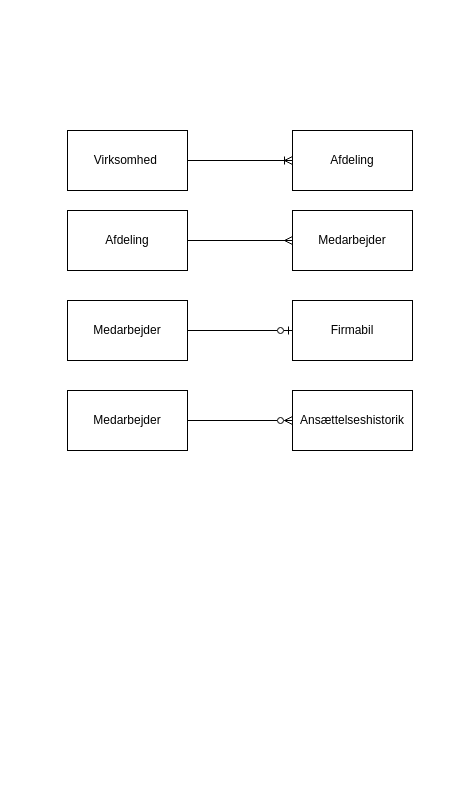
This is ER-modelleringsopgaver.drawio from Driconaari/ER-modelleringsopgaver, a draw.io file, before an edit. Source tidied: cells renumbered, new cells numbered last; positions are measured from the earlier drawing's top-left corner, leaving out a move shared by most shapes. Both pictures are drawn from the tidied source at 100%, with x=0, y=0 at pixel (67, 130).
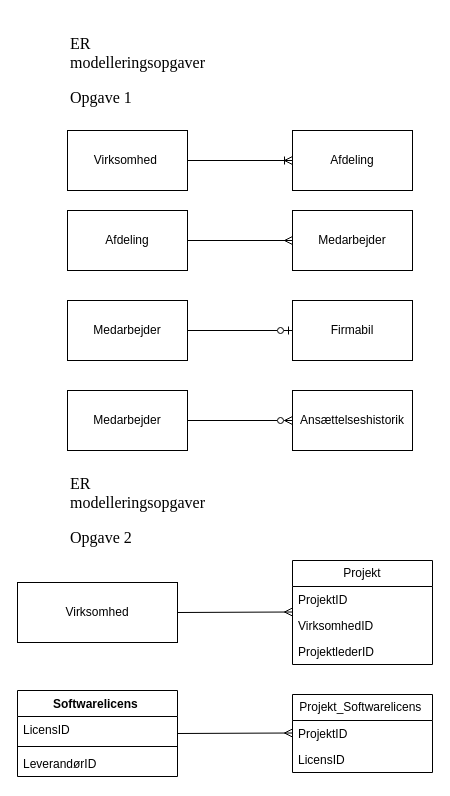
The same diagram, later.

The edit, as a diff of the source:
```diff
@@
+    <mxCell id="14" value="&lt;p style=&quot;font-family: &amp;quot;Times New Roman&amp;quot;; font-size: medium; font-weight: 400; text-align: start; text-wrap: wrap;&quot;&gt;ER modelleringsopgaver&lt;/p&gt;&lt;p style=&quot;font-family: &amp;quot;Times New Roman&amp;quot;; font-size: medium; font-weight: 400; text-align: start; text-wrap: wrap;&quot;&gt;&lt;/p&gt;&lt;p style=&quot;font-family: &amp;quot;Times New Roman&amp;quot;; font-size: medium; font-weight: 400; text-align: start; text-wrap: wrap;&quot;&gt;&lt;/p&gt;&lt;p style=&quot;font-family: &amp;quot;Times New Roman&amp;quot;; font-size: medium; font-weight: 400; text-align: start; text-wrap: wrap;&quot;&gt;Opgave 1&lt;/p&gt;" style="text;strokeColor=none;fillColor=none;html=1;fontSize=24;fontStyle=1;verticalAlign=middle;align=center;" parent="1" vertex="1">
+      <mxGeometry x="-10" y="-100" width="160" height="80" as="geometry" />
+    </mxCell>
+    <mxCell id="15" value="&lt;p style=&quot;font-family: &amp;quot;Times New Roman&amp;quot;; font-size: medium; font-weight: 400; text-align: start; text-wrap: wrap;&quot;&gt;ER modelleringsopgaver&lt;/p&gt;&lt;p style=&quot;font-family: &amp;quot;Times New Roman&amp;quot;; font-size: medium; font-weight: 400; text-align: start; text-wrap: wrap;&quot;&gt;&lt;/p&gt;&lt;p style=&quot;font-family: &amp;quot;Times New Roman&amp;quot;; font-size: medium; font-weight: 400; text-align: start; text-wrap: wrap;&quot;&gt;&lt;/p&gt;&lt;p style=&quot;font-family: &amp;quot;Times New Roman&amp;quot;; font-size: medium; font-weight: 400; text-align: start; text-wrap: wrap;&quot;&gt;Opgave 2&lt;/p&gt;" style="text;strokeColor=none;fillColor=none;html=1;fontSize=24;fontStyle=1;verticalAlign=middle;align=center;" parent="1" vertex="1">
+      <mxGeometry x="-10" y="340" width="160" height="80" as="geometry" />
+    </mxCell>
+    <mxCell id="16" value="Projekt" style="swimlane;fontStyle=0;horizontal=1;startSize=26;fillColor=none;whiteSpace=wrap;html=1;" parent="1" vertex="1">
+      <mxGeometry x="225" y="430" width="140" height="104" as="geometry" />
+    </mxCell>
+    <mxCell id="17" value="ProjektID&amp;nbsp;" style="text;strokeColor=none;fillColor=none;align=left;verticalAlign=top;spacingLeft=4;spacingRight=4;overflow=hidden;whiteSpace=wrap;html=1;" parent="16" vertex="1">
+      <mxGeometry y="26" width="140" height="26" as="geometry" />
+    </mxCell>
+    <mxCell id="18" value="VirksomhedID" style="text;strokeColor=none;fillColor=none;align=left;verticalAlign=top;spacingLeft=4;spacingRight=4;overflow=hidden;whiteSpace=wrap;html=1;" parent="16" vertex="1">
+      <mxGeometry y="52" width="140" height="26" as="geometry" />
+    </mxCell>
+    <mxCell id="19" value="ProjektlederID" style="text;strokeColor=none;fillColor=none;align=left;verticalAlign=top;spacingLeft=4;spacingRight=4;overflow=hidden;whiteSpace=wrap;html=1;" parent="16" vertex="1">
+      <mxGeometry y="78" width="140" height="26" as="geometry" />
+    </mxCell>
+    <mxCell id="20" value="Virksomhed" style="rounded=0;whiteSpace=wrap;html=1;" parent="1" vertex="1">
+      <mxGeometry x="-50" y="452" width="160" height="60" as="geometry" />
+    </mxCell>
+    <mxCell id="21" style="endArrow=ERmany;startArrow=none;endFill=0;startFill=0;html=1;rounded=0;" parent="1" edge="1">
+      <mxGeometry relative="1" as="geometry">
+        <mxPoint x="110" y="482" as="sourcePoint" />
+        <mxPoint x="225" y="481.5" as="targetPoint" />
+      </mxGeometry>
+    </mxCell>
+    <mxCell id="22" value="Softwarelicens&amp;nbsp;" style="swimlane;fontStyle=1;align=center;verticalAlign=top;horizontal=1;startSize=26;whiteSpace=wrap;html=1;" parent="1" vertex="1">
+      <mxGeometry x="-50" y="560" width="160" height="86" as="geometry" />
+    </mxCell>
+    <mxCell id="23" value="LicensID&amp;nbsp;" style="text;strokeColor=none;fillColor=none;align=left;verticalAlign=top;spacingLeft=4;spacingRight=4;overflow=hidden;whiteSpace=wrap;html=1;" parent="22" vertex="1">
+      <mxGeometry y="26" width="160" height="26" as="geometry" />
+    </mxCell>
+    <mxCell id="24" style="line;strokeWidth=1;fillColor=none;align=left;verticalAlign=middle;spacingTop=-1;spacingLeft=3;spacingRight=3;labelPosition=right;strokeColor=inherit;" parent="22" vertex="1">
+      <mxGeometry y="52" width="160" height="8" as="geometry" />
+    </mxCell>
+    <mxCell id="25" value="LeverandørID&amp;nbsp;" style="text;strokeColor=none;fillColor=none;align=left;verticalAlign=top;spacingLeft=4;spacingRight=4;overflow=hidden;whiteSpace=wrap;html=1;" parent="22" vertex="1">
+      <mxGeometry y="60" width="160" height="26" as="geometry" />
+    </mxCell>
+    <mxCell id="26" value="Projekt_Softwarelicens&amp;nbsp;" style="swimlane;fontStyle=0;horizontal=1;startSize=26;fillColor=none;whiteSpace=wrap;html=1;" parent="1" vertex="1">
+      <mxGeometry x="225" y="564" width="140" height="78" as="geometry" />
+    </mxCell>
+    <mxCell id="27" value="ProjektID&amp;nbsp;" style="text;strokeColor=none;fillColor=none;align=left;verticalAlign=top;spacingLeft=4;spacingRight=4;overflow=hidden;whiteSpace=wrap;html=1;" parent="26" vertex="1">
+      <mxGeometry y="26" width="140" height="26" as="geometry" />
+    </mxCell>
+    <mxCell id="28" value="LicensID&amp;nbsp;" style="text;strokeColor=none;fillColor=none;align=left;verticalAlign=top;spacingLeft=4;spacingRight=4;overflow=hidden;whiteSpace=wrap;html=1;" parent="26" vertex="1">
+      <mxGeometry y="52" width="140" height="26" as="geometry" />
+    </mxCell>
+    <mxCell id="29" style="endArrow=ERmany;startArrow=none;endFill=0;startFill=0;html=1;rounded=0;" parent="1" edge="1">
+      <mxGeometry relative="1" as="geometry">
+        <mxPoint x="110" y="603" as="sourcePoint" />
+        <mxPoint x="225" y="602.5" as="targetPoint" />
+      </mxGeometry>
+    </mxCell>
```
